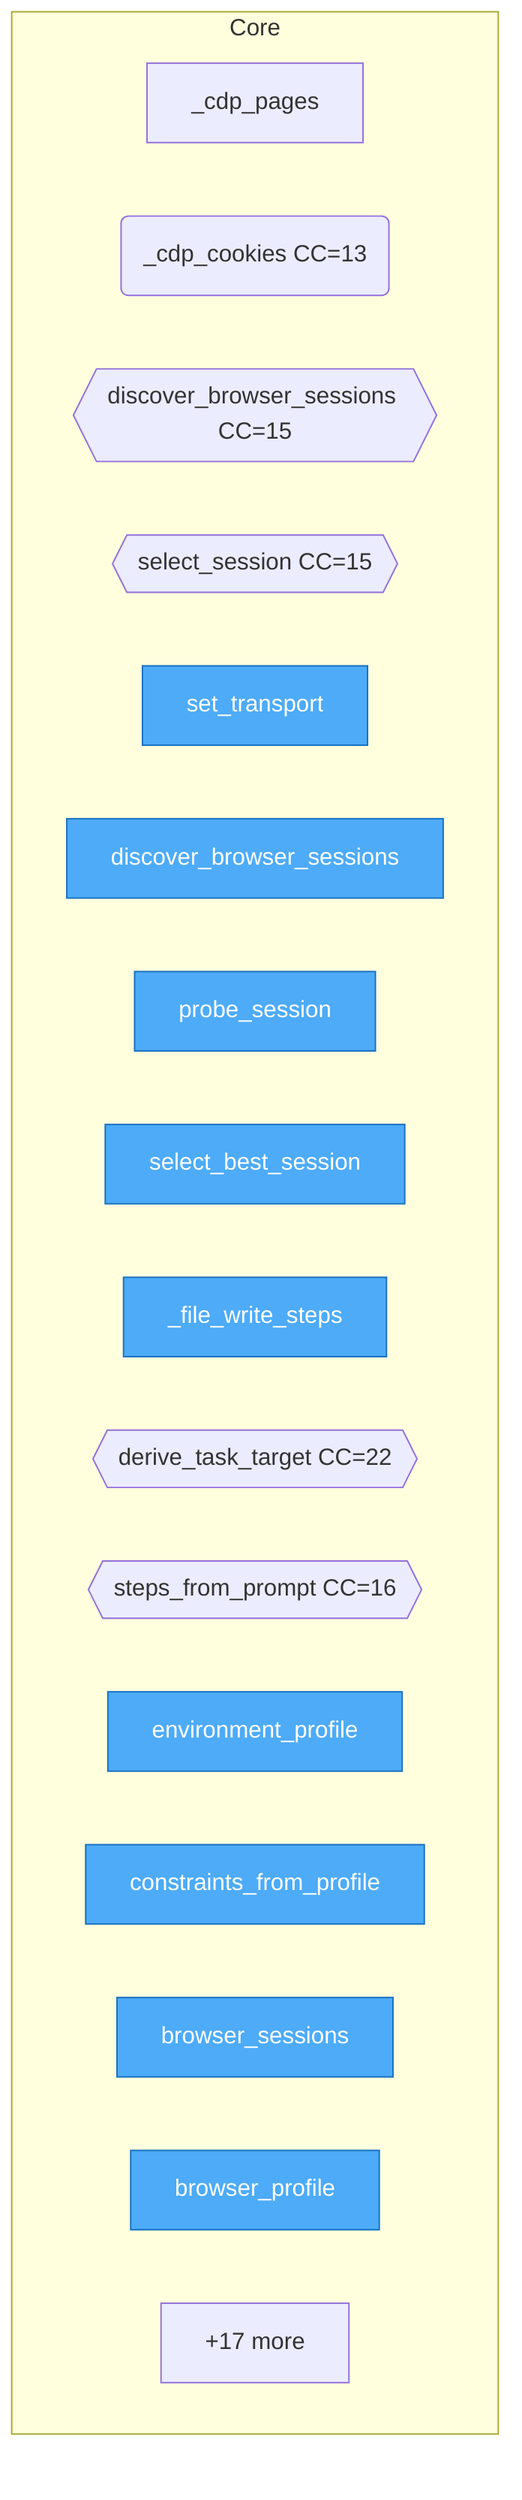
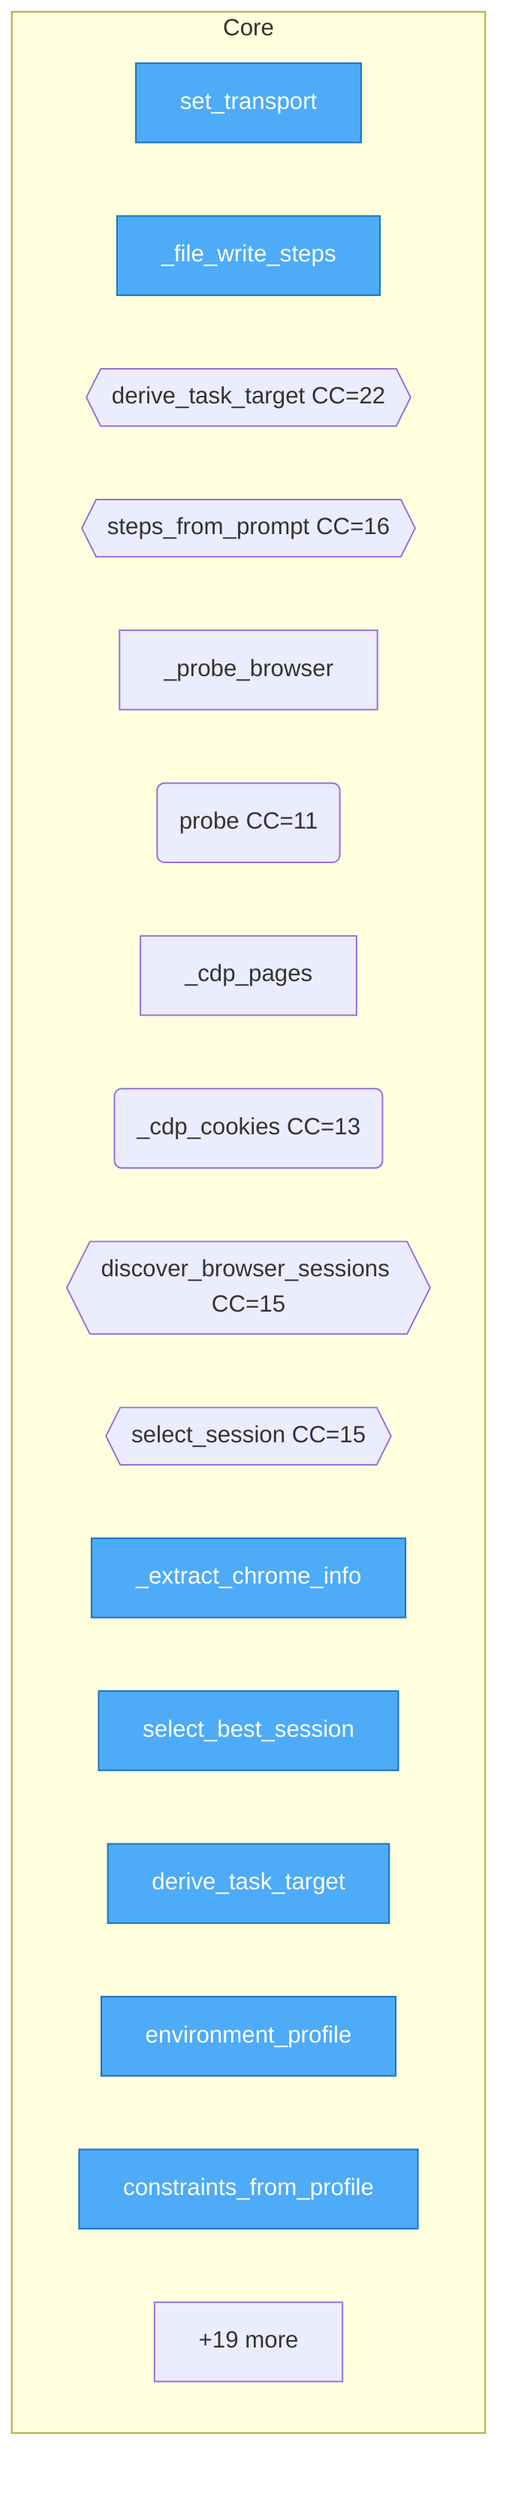
flowchart TD
%% generated in 0.00s

    %% Entry points (blue)
    classDef entry fill:#4dabf7,stroke:#1971c2,color:#fff

    subgraph Core
+         urirun_connector_twin__dispatch__set_transport["set_transport"]
+         urirun_connector_twin__prompt_plan___file_write_steps["_file_write_steps"]
+         urirun_connector_twin__prompt_plan__derive_task_target{{derive_task_target CC=22}}
+         urirun_connector_twin__prompt_plan__steps_from_prompt{{steps_from_prompt CC=16}}
+         urirun_connector_twin__environment___probe_browser["_probe_browser"]
+         urirun_connector_twin__environment__probe("probe CC=11")
        urirun_connector_twin__browser___cdp_pages["_cdp_pages"]
        urirun_connector_twin__browser___cdp_cookies("_cdp_cookies CC=13")
        urirun_connector_twin__browser__discover_browser_sessions{{discover_browser_sessions CC=15}}
        urirun_connector_twin__browser__select_session{{select_session CC=15}}
-         urirun_connector_twin__dispatch__set_transport["set_transport"]
-         urirun_connector_twin__session__discover_browser_sessions["discover_browser_sessions"]
-         urirun_connector_twin__session__probe_session["probe_session"]
-         urirun_connector_twin__session__select_best_session["select_best_session"]
-         urirun_connector_twin__prompt_plan___file_write_steps["_file_write_steps"]
-         urirun_connector_twin__prompt_plan__derive_task_target{{derive_task_target CC=22}}
-         urirun_connector_twin__prompt_plan__steps_from_prompt{{steps_from_prompt CC=16}}
+         urirun_connector_twin__browser___extract_chrome_info["_extract_chrome_info"]
+         urirun_connector_twin__browser__select_best_session["select_best_session"]
+         urirun_connector_twin__session__derive_task_target["derive_task_target"]
        urirun_connector_twin__core__environment_profile["environment_profile"]
        urirun_connector_twin__core__constraints_from_profile["constraints_from_profile"]
-         urirun_connector_twin__core__browser_sessions["browser_sessions"]
-         urirun_connector_twin__core__browser_profile["browser_profile"]
-         ...["+17 more"]
+         ...["+19 more"]
    end

-     class urirun_connector_twin__dispatch__set_transport,urirun_connector_twin__session__discover_browser_sessions,urirun_connector_twin__session__probe_session,urirun_connector_twin__session__select_best_session,urirun_connector_twin__prompt_plan___file_write_steps,urirun_connector_twin__core__environment_profile,urirun_connector_twin__core__constraints_from_profile,urirun_connector_twin__core__browser_sessions,urirun_connector_twin__core__browser_profile,urirun_connector_twin__core__plan_from_prompt_route entry
+     class urirun_connector_twin__dispatch__set_transport,urirun_connector_twin__prompt_plan___file_write_steps,urirun_connector_twin__browser___extract_chrome_info,urirun_connector_twin__browser__select_best_session,urirun_connector_twin__session__derive_task_target,urirun_connector_twin__core__environment_profile,urirun_connector_twin__core__constraints_from_profile,urirun_connector_twin__core__browser_sessions,urirun_connector_twin__core__browser_profile,urirun_connector_twin__core__plan_from_prompt_route entry
